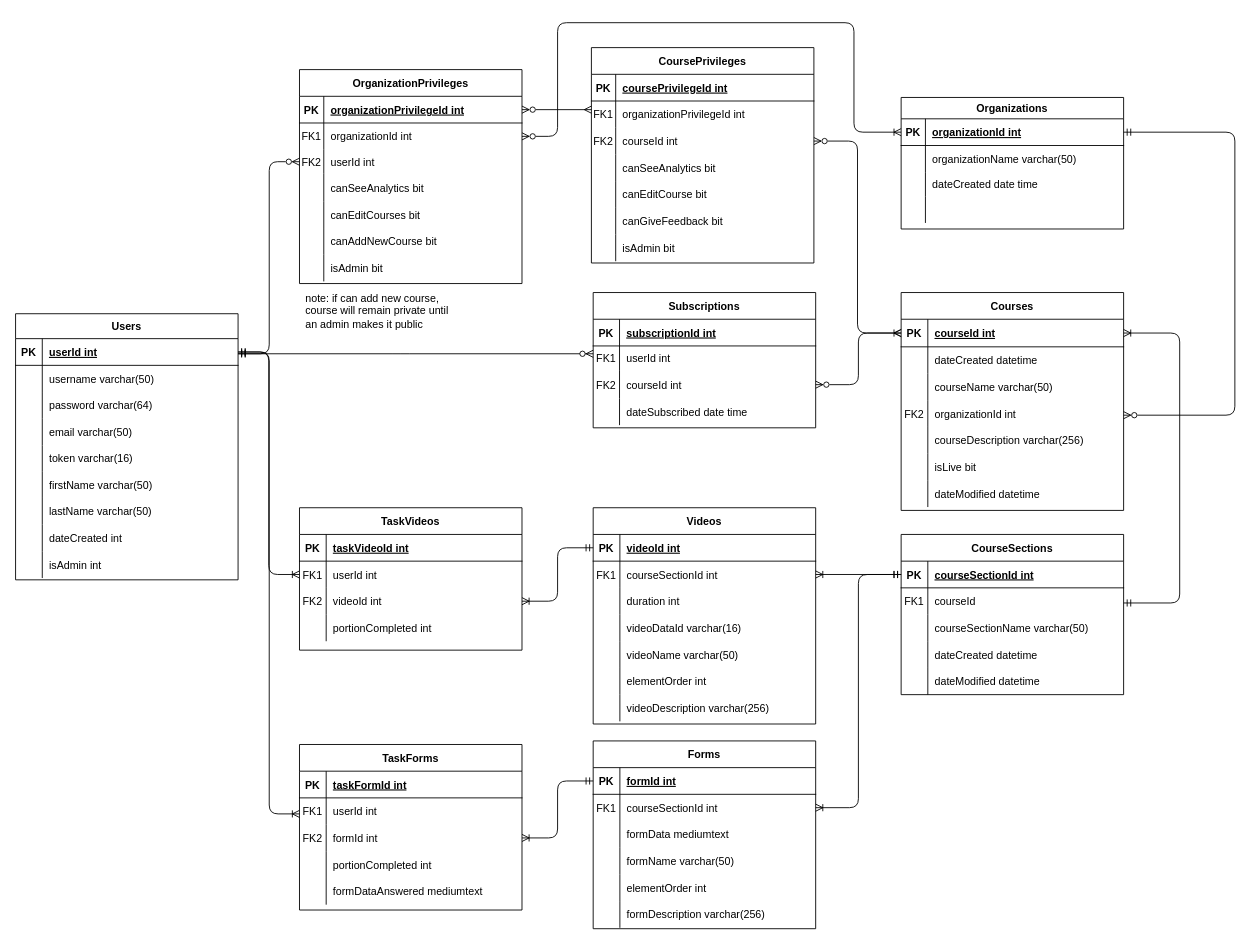
Earlier version of the draw.io diagram docs/MOOC.drawio (Chai112/MOOC). Source tidied: cells renumbered, new cells numbered last; positions are measured from the earlier drawing's top-left corner, leaving out a move shared by most shapes. Both pictures are drawn from the tidied source at 89%, with x=0, y=0 at pixel (15, 22).
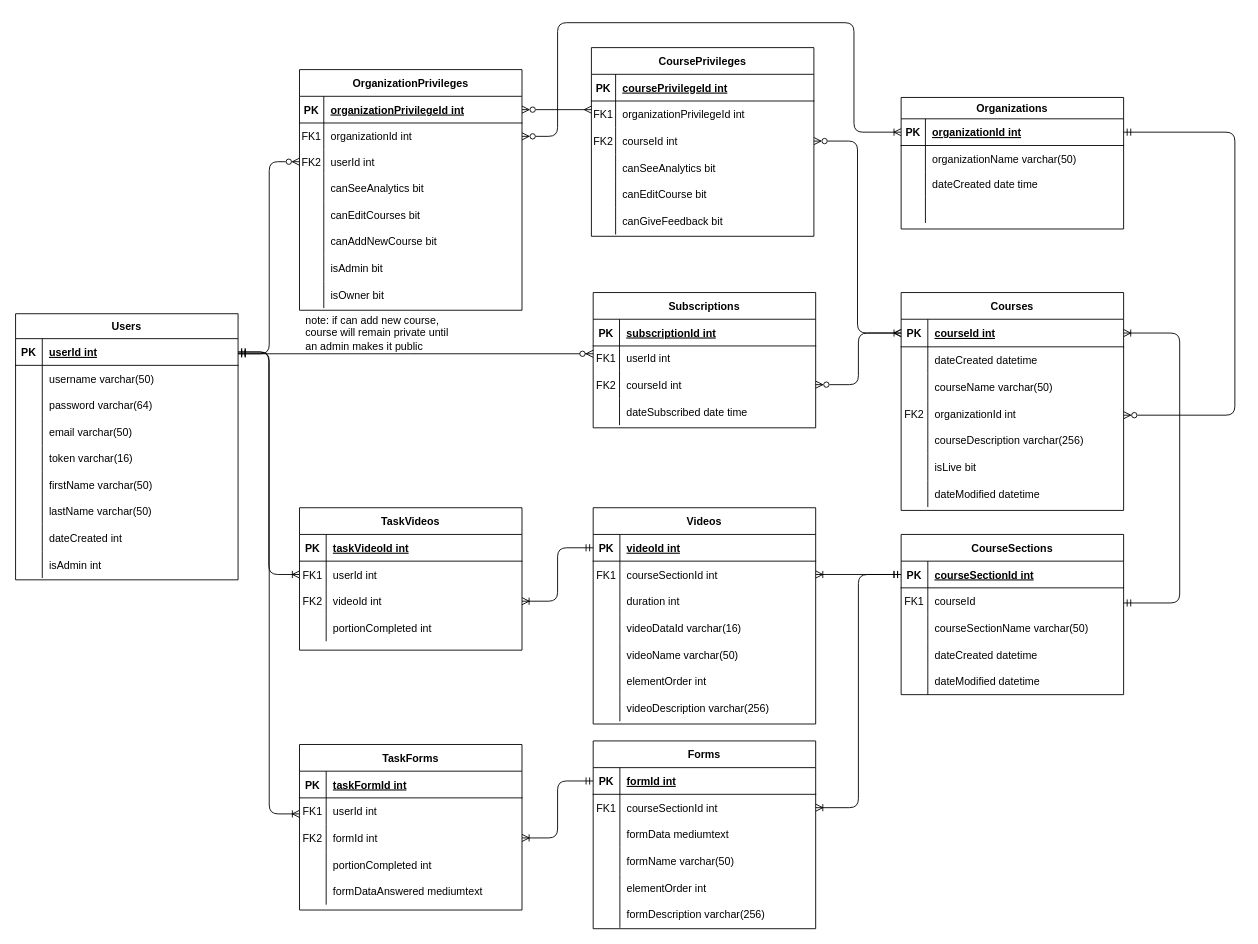
Above is the later version.

Unchanged cells that the change refers to:
```xml
<mxCell id="199" style="shape=partialRectangle;fillColor=none;top=0;left=0;right=0;bottom=1;" parent="198" vertex="1">
  <mxGeometry y="30" width="250" height="30" as="geometry" />
</mxCell>
<mxCell id="202" style="shape=partialRectangle;fillColor=none;points=[[0,0.5],[1,0.5]];portConstraint=eastwest;top=0;left=0;right=0;bottom=0;" parent="198" vertex="1">
  <mxGeometry y="60" width="250" height="30" as="geometry" />
</mxCell>
<mxCell id="205" style="shape=partialRectangle;fillColor=none;points=[[0,0.5],[1,0.5]];portConstraint=eastwest;top=0;left=0;right=0;bottom=0;" parent="198" vertex="1">
  <mxGeometry y="90" width="250" height="30" as="geometry" />
</mxCell>
<mxCell id="208" style="shape=partialRectangle;fillColor=none;top=0;left=0;right=0;bottom=0;" parent="198" vertex="1">
  <mxGeometry y="120" width="250" height="30" as="geometry" />
</mxCell>
<mxCell id="211" style="shape=partialRectangle;fillColor=none;top=0;left=0;right=0;bottom=0;" parent="198" vertex="1">
  <mxGeometry y="150" width="250" height="30" as="geometry" />
</mxCell>
<mxCell id="214" style="shape=partialRectangle;fillColor=none;top=0;left=0;right=0;bottom=0;" parent="198" vertex="1">
  <mxGeometry y="180" width="250" height="30" as="geometry" />
</mxCell>
```

Change to the diagram source:
```diff
@@
     <mxCell id="174" value="OrganizationPrivileges" style="shape=table;startSize=30;childLayout=tableLayout;rowLines=0;fontStyle=1;align=center;" parent="1" vertex="1">
-      <mxGeometry x="319" y="52.7" width="250" height="240.4" as="geometry" />
+      <mxGeometry x="319" y="52.7" width="250" height="270.4" as="geometry" />
     </mxCell>
@@
+    <mxCell id="223" style="shape=partialRectangle;fillColor=none;top=0;left=0;right=0;bottom=0;" parent="174" vertex="1">
+      <mxGeometry y="238" width="250" height="30" as="geometry" />
+    </mxCell>
+    <mxCell id="218" style="shape=partialRectangle;overflow=hidden;fillColor=none;top=0;left=0;bottom=0;right=0;" parent="223" vertex="1">
+      <mxGeometry width="27.3" height="30" as="geometry" />
+    </mxCell>
+    <mxCell id="224" value="isOwner bit" style="shape=partialRectangle;overflow=hidden;fillColor=none;top=0;left=0;bottom=0;right=0;align=left;spacingLeft=6;" parent="223" vertex="1">
+      <mxGeometry x="27.3" width="222.7" height="30" as="geometry" />
+    </mxCell>
@@
     <mxCell id="198" value="CoursePrivileges" style="shape=table;startSize=30;childLayout=tableLayout;rowLines=0;fontStyle=1;align=center;" parent="1" vertex="1">
-      <mxGeometry x="647" y="28" width="250" height="242" as="geometry" />
+      <mxGeometry x="647" y="28" width="250" height="212" as="geometry" />
     </mxCell>
@@
     <mxCell id="200" value="PK" style="shape=partialRectangle;overflow=hidden;fillColor=none;top=0;left=0;bottom=0;right=0;fontStyle=1;" parent="199" vertex="1">
-      <mxGeometry width="27.3" height="30" as="geometry" />
+      <mxGeometry width="27.2" height="30" as="geometry" />
     </mxCell>
     <mxCell id="201" value="coursePrivilegeId int" style="shape=partialRectangle;overflow=hidden;fillColor=none;top=0;left=0;bottom=0;right=0;align=left;spacingLeft=6;fontStyle=5;" parent="199" vertex="1">
-      <mxGeometry x="27.3" width="222.7" height="30" as="geometry" />
+      <mxGeometry x="27.2" width="222.8" height="30" as="geometry" />
     </mxCell>
@@
     <mxCell id="203" value="FK1" style="shape=partialRectangle;overflow=hidden;fillColor=none;top=0;left=0;bottom=0;right=0;" parent="202" vertex="1">
-      <mxGeometry width="27.3" height="30" as="geometry" />
+      <mxGeometry width="27.2" height="30" as="geometry" />
     </mxCell>
     <mxCell id="204" value="organizationPrivilegeId int" style="shape=partialRectangle;overflow=hidden;fillColor=none;top=0;left=0;bottom=0;right=0;align=left;spacingLeft=6;" parent="202" vertex="1">
-      <mxGeometry x="27.3" width="222.7" height="30" as="geometry" />
+      <mxGeometry x="27.2" width="222.8" height="30" as="geometry" />
     </mxCell>
@@
     <mxCell id="206" value="FK2" style="shape=partialRectangle;overflow=hidden;fillColor=none;top=0;left=0;bottom=0;right=0;" parent="205" vertex="1">
-      <mxGeometry width="27.3" height="30" as="geometry" />
+      <mxGeometry width="27.2" height="30" as="geometry" />
     </mxCell>
     <mxCell id="207" value="courseId int" style="shape=partialRectangle;overflow=hidden;fillColor=none;top=0;left=0;bottom=0;right=0;align=left;spacingLeft=6;" parent="205" vertex="1">
-      <mxGeometry x="27.3" width="222.7" height="30" as="geometry" />
+      <mxGeometry x="27.2" width="222.8" height="30" as="geometry" />
     </mxCell>
@@
     <mxCell id="209" style="shape=partialRectangle;overflow=hidden;fillColor=none;top=0;left=0;bottom=0;right=0;" parent="208" vertex="1">
-      <mxGeometry width="27.3" height="30" as="geometry" />
+      <mxGeometry width="27.2" height="30" as="geometry" />
     </mxCell>
     <mxCell id="210" value="canSeeAnalytics bit" style="shape=partialRectangle;overflow=hidden;fillColor=none;top=0;left=0;bottom=0;right=0;align=left;spacingLeft=6;" parent="208" vertex="1">
-      <mxGeometry x="27.3" width="222.7" height="30" as="geometry" />
+      <mxGeometry x="27.2" width="222.8" height="30" as="geometry" />
     </mxCell>
@@
     <mxCell id="212" style="shape=partialRectangle;overflow=hidden;fillColor=none;top=0;left=0;bottom=0;right=0;" parent="211" vertex="1">
-      <mxGeometry width="27.3" height="30" as="geometry" />
+      <mxGeometry width="27.2" height="30" as="geometry" />
     </mxCell>
     <mxCell id="213" value="canEditCourse bit" style="shape=partialRectangle;overflow=hidden;fillColor=none;top=0;left=0;bottom=0;right=0;align=left;spacingLeft=6;" parent="211" vertex="1">
-      <mxGeometry x="27.3" width="222.7" height="30" as="geometry" />
+      <mxGeometry x="27.2" width="222.8" height="30" as="geometry" />
     </mxCell>
@@
     <mxCell id="215" style="shape=partialRectangle;overflow=hidden;fillColor=none;top=0;left=0;bottom=0;right=0;" parent="214" vertex="1">
-      <mxGeometry width="27.3" height="30" as="geometry" />
+      <mxGeometry width="27.2" height="30" as="geometry" />
     </mxCell>
     <mxCell id="216" value="canGiveFeedback bit" style="shape=partialRectangle;overflow=hidden;fillColor=none;top=0;left=0;bottom=0;right=0;align=left;spacingLeft=6;" parent="214" vertex="1">
-      <mxGeometry x="27.3" width="222.7" height="30" as="geometry" />
+      <mxGeometry x="27.2" width="222.8" height="30" as="geometry" />
     </mxCell>
-    <mxCell id="217" style="shape=partialRectangle;fillColor=none;top=0;left=0;right=0;bottom=0;" parent="198" vertex="1">
-      <mxGeometry y="210" width="250" height="30" as="geometry" />
-    </mxCell>
-    <mxCell id="218" style="shape=partialRectangle;overflow=hidden;fillColor=none;top=0;left=0;bottom=0;right=0;" parent="217" vertex="1">
-      <mxGeometry width="27.3" height="30" as="geometry" />
-    </mxCell>
-    <mxCell id="219" value="isAdmin bit" style="shape=partialRectangle;overflow=hidden;fillColor=none;top=0;left=0;bottom=0;right=0;align=left;spacingLeft=6;" parent="217" vertex="1">
-      <mxGeometry x="27.3" width="222.7" height="30" as="geometry" />
-    </mxCell>
@@
     <mxCell id="222" value="note: if can add new course, course will remain private until an admin makes it public" style="text;html=1;strokeColor=none;fillColor=none;align=left;verticalAlign=middle;whiteSpace=wrap;rounded=0;" parent="1" vertex="1">
-      <mxGeometry x="324" y="249" width="171" height="149" as="geometry" />
+      <mxGeometry x="324" y="311" width="171" height="76" as="geometry" />
     </mxCell>
```
